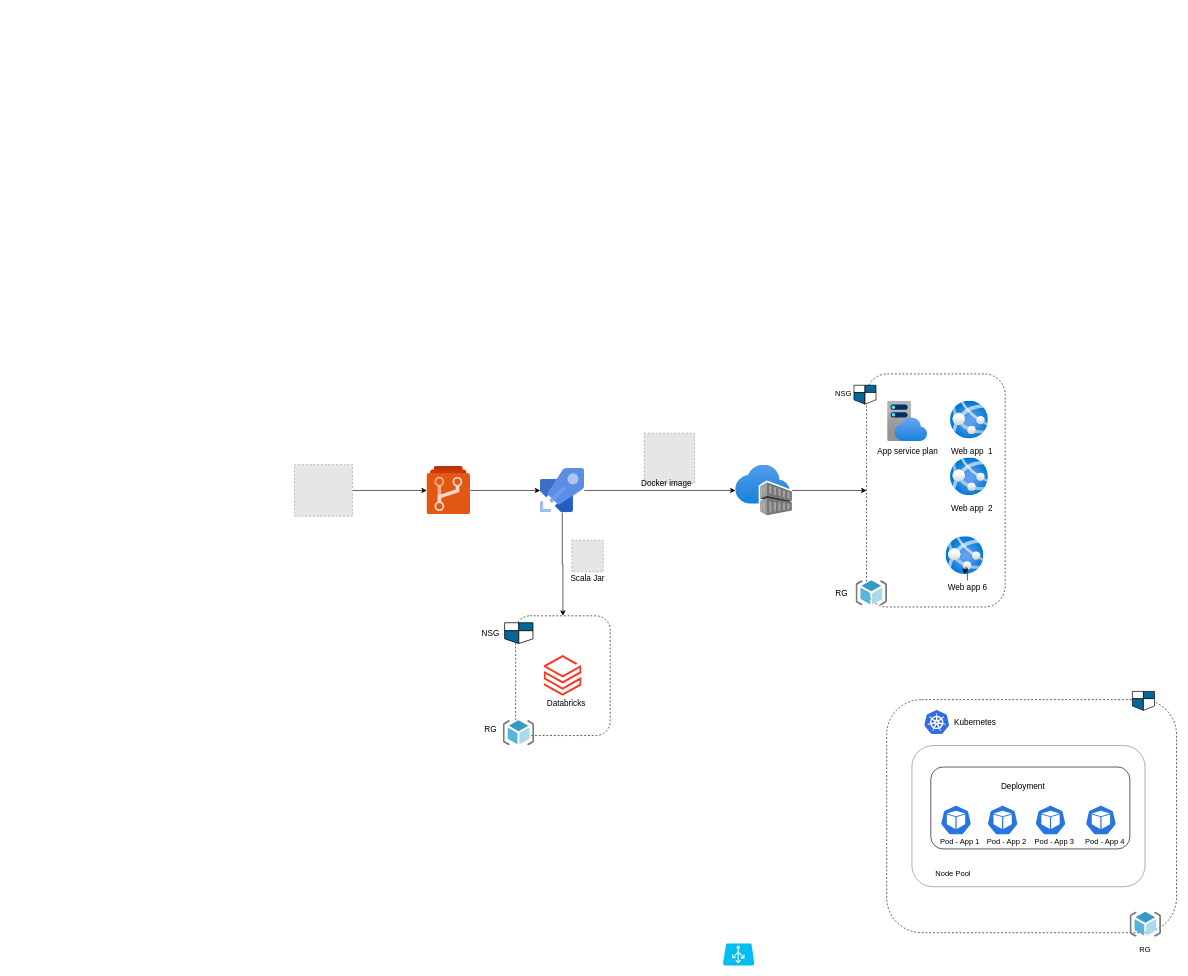
Earlier version of the draw.io diagram Olympus-Deployement-CTO-Meeting.drawio (aravindvshibu/aravindvshibu.github.io). Source tidied: cells renumbered, new cells numbered last; positions are measured from the earlier drawing's top-left corner, leaving out a move shared by most shapes. Both pictures are drawn from the tidied source at 63%, with x=0, y=0 at pixel (294, 372). Pictures stored in the file or linked from it are replaced by grey dashed boxes.
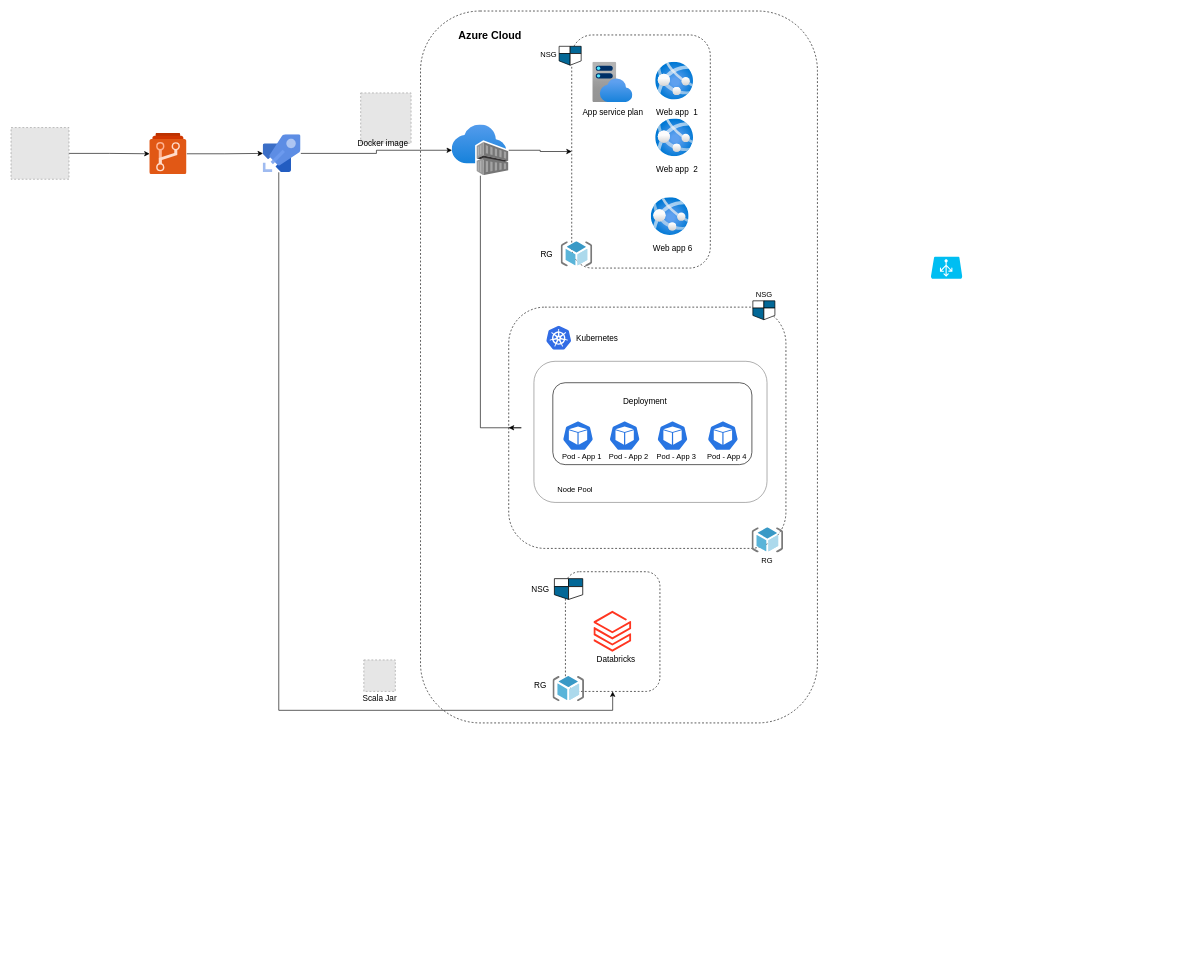
The same diagram, later.

The change refers to these unchanged cells:
```xml
<mxCell id="26" style="group;" parent="14" vertex="1">
  <mxGeometry x="180" y="260" width="80" height="90" as="geometry" />
</mxCell>
<mxCell id="27" style="html=1;points=[];align=center;image;fontSize=12;image=img/lib/azure2/compute/App_Services.svg;" parent="26" vertex="1">
  <mxGeometry x="6" width="60" height="60" as="geometry" />
</mxCell>
<mxCell id="28" value="&lt;font size=&quot;2&quot;&gt;Web&amp;nbsp;app 6&lt;/font&gt;" style="text;html=1;align=center;verticalAlign=middle;points=[];fillColor=none;strokeColor=none;rounded=0;" parent="26" vertex="1">
  <mxGeometry y="70" width="80" height="20" as="geometry" />
</mxCell>
<mxCell id="36" style="whiteSpace=wrap;html=1;rounded=1;dashed=1;fillColor=none;" parent="35" vertex="1">
  <mxGeometry x="60" width="150" height="190" as="geometry" />
</mxCell>
```

Change to the diagram source:
```diff
@@
-    <mxCell id="2" style="whiteSpace=wrap;html=1;rounded=1;fillColor=none;dashed=1;" parent="1" vertex="1">
-      <mxGeometry x="940" y="519" width="460" height="370" as="geometry" />
-    </mxCell>
-    <mxCell id="3" style="whiteSpace=wrap;html=1;rounded=1;fillColor=none;strokeColor=#808080;" parent="1" vertex="1">
-      <mxGeometry x="980" y="592" width="370" height="224" as="geometry" />
-    </mxCell>
+    <mxCell id="68" style="whiteSpace=wrap;html=1;rounded=1;dashed=1;strokeColor=#000000;fillColor=none;" parent="1" vertex="1">
+      <mxGeometry x="200" y="-574" width="630" height="1130" as="geometry" />
+    </mxCell>
@@
     <mxCell id="5" style="html=1;points=[];align=center;image;fontSize=12;image=img/lib/mscae/Azure_Repos.svg;" parent="1" vertex="1">
-      <mxGeometry x="210" y="148.7" width="69" height="76.7" as="geometry" />
+      <mxGeometry x="-230" y="-380.2" width="59" height="65.6" as="geometry" />
     </mxCell>
@@
     <mxCell id="7" style="edgeStyle=orthogonalEdgeStyle;rounded=0;jettySize=auto;html=1;" parent="1" edge="1" source="8" target="36">
-      <mxGeometry relative="1" as="geometry" />
+      <mxGeometry relative="1" as="geometry">
+        <Array as="points">
+          <mxPoint x="-25" y="536" />
+        </Array>
+      </mxGeometry>
     </mxCell>
     <mxCell id="8" style="html=1;points=[];align=center;image;fontSize=12;image=img/lib/mscae/Azure_Pipelines.svg;" parent="1" vertex="1">
-      <mxGeometry x="390" y="152" width="70" height="70" as="geometry" />
+      <mxGeometry x="-50" y="-378" width="60" height="60" as="geometry" />
     </mxCell>
@@
+    <mxCell id="69" style="edgeStyle=orthogonalEdgeStyle;rounded=0;jettySize=auto;html=1;entryX=0;entryY=0.5;entryDx=0;entryDy=0;" parent="1" edge="1" source="10" target="2">
+      <mxGeometry relative="1" as="geometry" />
+    </mxCell>
     <mxCell id="10" style="html=1;points=[];align=center;image;fontSize=12;image=img/lib/azure2/containers/Container_Registries.svg;" parent="1" vertex="1">
-      <mxGeometry x="700" y="146.6" width="90" height="80.7" as="geometry" />
+      <mxGeometry x="250" y="-393.4" width="90" height="80.7" as="geometry" />
     </mxCell>
     <mxCell id="11" style="verticalLabelPosition=bottom;html=1;verticalAlign=top;align=center;strokeColor=none;fillColor=#00BEF2;shape=mxgraph.azure.azure_load_balancer;" parent="1" vertex="1">
-      <mxGeometry x="680" y="906" width="50" height="35" as="geometry" />
+      <mxGeometry x="1010" y="-184" width="50" height="35" as="geometry" />
     </mxCell>
@@
     <mxCell id="13" style="fillColor=#E6E6E6;strokeColor=#999999;dashed=1;verticalLabelPosition=bottom;verticalAlign=top;" parent="1" vertex="1">
-      <mxGeometry y="146" width="92" height="82" as="geometry" />
+      <mxGeometry x="-450" y="-389" width="92" height="82" as="geometry" />
     </mxCell>
     <mxCell id="14" style="group;" parent="1" vertex="1">
-      <mxGeometry x="848" width="280" height="370" as="geometry" />
+      <mxGeometry x="380" y="-538" width="280" height="370" as="geometry" />
     </mxCell>
@@
-    <mxCell id="29" style="edgeStyle=orthogonalEdgeStyle;rounded=0;jettySize=auto;html=1;" parent="26" edge="1" source="28" target="27">
-      <mxGeometry relative="1" as="geometry" />
-    </mxCell>
@@
     <mxCell id="32" style="group;" parent="1" vertex="1">
-      <mxGeometry x="540" y="96" width="100" height="90" as="geometry" />
+      <mxGeometry x="90" y="-444" width="100" height="90" as="geometry" />
     </mxCell>
@@
     <mxCell id="35" style="group;" parent="1" vertex="1">
-      <mxGeometry x="291" y="386" width="210" height="206" as="geometry" />
+      <mxGeometry x="370" y="316" width="210" height="206" as="geometry" />
     </mxCell>
@@
     <mxCell id="43" style="group;" parent="1" vertex="1">
-      <mxGeometry x="430" y="266" width="70" height="70" as="geometry" />
+      <mxGeometry x="100" y="456" width="70" height="70" as="geometry" />
     </mxCell>
@@
+    <mxCell id="70" style="group;" parent="1" vertex="1">
+      <mxGeometry x="340" y="-134" width="440" height="443" as="geometry" />
+    </mxCell>
+    <mxCell id="2" style="whiteSpace=wrap;html=1;rounded=1;fillColor=none;dashed=1;" parent="70" vertex="1">
+      <mxGeometry y="30" width="440" height="383" as="geometry" />
+    </mxCell>
+    <mxCell id="3" style="whiteSpace=wrap;html=1;rounded=1;fillColor=none;strokeColor=#808080;" parent="70" vertex="1">
+      <mxGeometry x="40" y="116" width="370" height="224" as="geometry" />
+    </mxCell>
-    <mxCell id="46" style="group;" parent="1" vertex="1">
-      <mxGeometry x="1010" y="626" width="316" height="130" as="geometry" />
+    <mxCell id="46" style="group;" parent="70" vertex="1">
+      <mxGeometry x="70" y="150" width="316" height="130" as="geometry" />
     </mxCell>
@@
-    <mxCell id="61" value="Node Pool" style="text;html=1;align=center;verticalAlign=middle;fillColor=none;strokeColor=none;rounded=0;" parent="1" vertex="1">
-      <mxGeometry x="1010" y="786" width="70" height="20" as="geometry" />
+    <mxCell id="61" value="Node Pool" style="text;html=1;align=center;verticalAlign=middle;fillColor=none;strokeColor=none;rounded=0;" parent="70" vertex="1">
+      <mxGeometry x="70" y="310" width="70" height="20" as="geometry" />
     </mxCell>
-    <mxCell id="62" style="group;" parent="1" vertex="1">
-      <mxGeometry x="1000" y="536" width="119.6" height="38" as="geometry" />
+    <mxCell id="62" style="group;" parent="70" vertex="1">
+      <mxGeometry x="60" y="60" width="119.6" height="38" as="geometry" />
     </mxCell>
@@
+    <mxCell id="71" style="group;" parent="70" vertex="1">
+      <mxGeometry x="385" width="40" height="50" as="geometry" />
+    </mxCell>
-    <mxCell id="65" style="shape=mxgraph.cisco.security.network_security;html=1;dashed=0;fillColor=#036897;strokeColor=#ffffff;strokeWidth=2;verticalLabelPosition=bottom;verticalAlign=top;align=center;" parent="1" vertex="1">
-      <mxGeometry x="1330" y="506" width="35" height="30" as="geometry" />
+    <mxCell id="65" style="shape=mxgraph.cisco.security.network_security;html=1;dashed=0;fillColor=#036897;strokeColor=#ffffff;strokeWidth=2;verticalLabelPosition=bottom;verticalAlign=top;align=center;" parent="71" vertex="1">
+      <mxGeometry x="2.5" y="20" width="35" height="30" as="geometry" />
     </mxCell>
+    <mxCell id="72" value="NSG" style="text;html=1;align=center;verticalAlign=middle;fillColor=none;strokeColor=none;rounded=0;dashed=1;" parent="71" vertex="1">
+      <mxGeometry width="40" height="20" as="geometry" />
+    </mxCell>
+    <mxCell id="73" style="group;" parent="70" vertex="1">
+      <mxGeometry x="386" y="380" width="50" height="63" as="geometry" />
+    </mxCell>
-    <mxCell id="66" style="html=1;align=center;image;fontSize=12;image=img/lib/mscae/ResourceGroup.svg;" parent="1" vertex="1">
-      <mxGeometry x="1326" y="856" width="50" height="40" as="geometry" />
+    <mxCell id="66" style="html=1;align=center;image;fontSize=12;image=img/lib/mscae/ResourceGroup.svg;" parent="73" vertex="1">
+      <mxGeometry width="50" height="40" as="geometry" />
     </mxCell>
-    <mxCell id="67" value="RG" style="text;html=1;align=center;verticalAlign=middle;fillColor=none;strokeColor=none;rounded=0;dashed=1;" parent="1" vertex="1">
-      <mxGeometry x="1335" y="906" width="30" height="20" as="geometry" />
+    <mxCell id="67" value="RG" style="text;html=1;align=center;verticalAlign=middle;fillColor=none;strokeColor=none;rounded=0;dashed=1;" parent="73" vertex="1">
+      <mxGeometry x="9" y="43" width="30" height="20" as="geometry" />
     </mxCell>
+    <mxCell id="74" value="&lt;font style=&quot;font-size: 17px&quot;&gt;&lt;b&gt;Azure Cloud&lt;/b&gt;&lt;/font&gt;" style="text;html=1;align=center;verticalAlign=middle;fillColor=none;strokeColor=none;rounded=0;dashed=1;" parent="1" vertex="1">
+      <mxGeometry x="250" y="-544" width="120" height="20" as="geometry" />
+    </mxCell>
```
